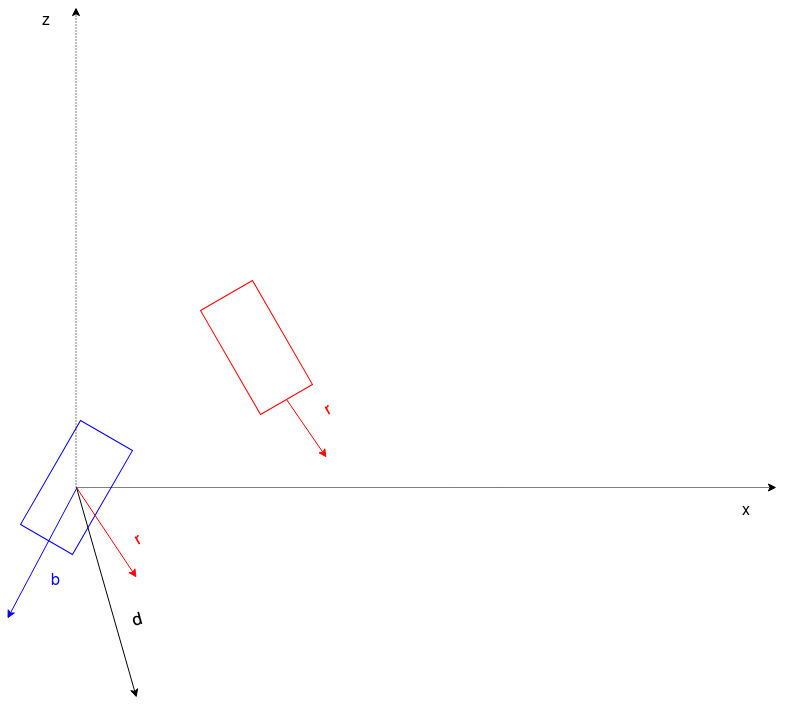
Earlier version of the draw.io export report/diagrams/chartFirstRot.png (SapienzaInteractiveGraphicsCourse/final-project-ig_minigame). Source tidied: cells renumbered, new cells last; positions are measured from the earlier drawing's top-left corner, leaving out a move shared by most shapes.
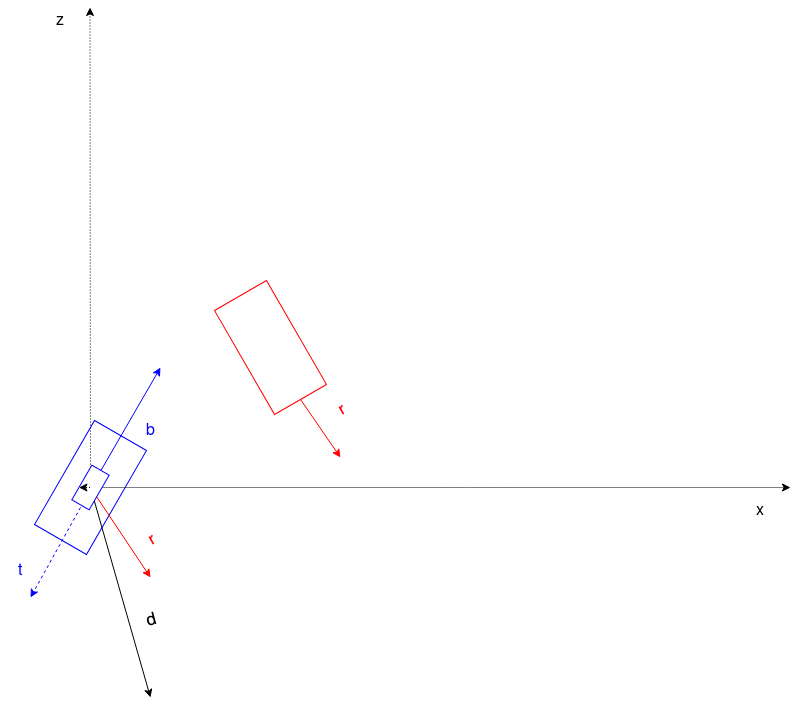
The same diagram one commit later.

Change to the diagram source:
```diff
@@ -13,9 +13,8 @@
         <mxPoint x="319" y="450" as="targetPoint" />
       </mxGeometry>
     </mxCell>
-    <mxCell id="5" style="endArrow=classic;html=1;dashed=1;dashPattern=1 2;" parent="1" edge="1">
+    <mxCell id="5" style="endArrow=classic;html=1;dashed=1;dashPattern=1 2;" parent="1" edge="1" source="16">
       <mxGeometry relative="1" as="geometry">
-        <mxPoint x="68.5" y="480" as="sourcePoint" />
         <mxPoint x="68.5" as="targetPoint" />
       </mxGeometry>
     </mxCell>
@@ -34,7 +33,7 @@
     <mxCell id="8" style="endArrow=classic;html=1;strokeColor=#0000FF;" parent="1" edge="1">
       <mxGeometry relative="1" as="geometry">
         <mxPoint x="69" y="481" as="sourcePoint" />
-        <mxPoint y="611" as="targetPoint" />
+        <mxPoint x="139" y="360" as="targetPoint" />
       </mxGeometry>
     </mxCell>
     <mxCell id="9" style="endArrow=classic;html=1;" parent="1" edge="1">
@@ -53,7 +52,7 @@
       <mxGeometry x="719" y="490" width="40" height="20" as="geometry" />
     </mxCell>
     <mxCell id="13" value="&lt;font style=&quot;font-size: 16px&quot; color=&quot;#0000FF&quot;&gt;b&lt;/font&gt;" style="text;html=1;strokeColor=none;fillColor=none;align=center;verticalAlign=middle;whiteSpace=wrap;rounded=0;" parent="1" vertex="1">
-      <mxGeometry x="28" y="560" width="40" height="20" as="geometry" />
+      <mxGeometry x="109" y="410" width="40" height="20" as="geometry" />
     </mxCell>
     <mxCell id="14" value="&lt;font style=&quot;font-size: 16px&quot; color=&quot;#FF0000&quot;&gt;r&lt;/font&gt;" style="text;html=1;strokeColor=none;fillColor=none;align=center;verticalAlign=middle;whiteSpace=wrap;rounded=0;rotation=-30;" parent="1" vertex="1">
       <mxGeometry x="109" y="520" width="40" height="20" as="geometry" />
@@ -61,5 +60,22 @@
     <mxCell id="15" value="&lt;font style=&quot;font-size: 16px&quot; color=&quot;#FF0000&quot;&gt;r&lt;/font&gt;" style="text;html=1;strokeColor=none;fillColor=none;align=center;verticalAlign=middle;whiteSpace=wrap;rounded=0;rotation=-30;" parent="1" vertex="1">
       <mxGeometry x="299" y="390" width="40" height="20" as="geometry" />
     </mxCell>
+    <mxCell id="16" style="rounded=0;whiteSpace=wrap;html=1;strokeColor=#0000FF;rotation=-60;" parent="1" vertex="1">
+      <mxGeometry x="49" y="470" width="40" height="20" as="geometry" />
+    </mxCell>
+    <mxCell id="17" style="endArrow=classic;html=1;dashed=1;dashPattern=1 2;" parent="1" edge="1" target="16">
+      <mxGeometry relative="1" as="geometry">
+        <mxPoint x="68.5" y="480" as="sourcePoint" />
+      </mxGeometry>
+    </mxCell>
+    <mxCell id="18" style="endArrow=classic;html=1;strokeColor=#0000FF;dashed=1;" parent="1" edge="1">
+      <mxGeometry relative="1" as="geometry">
+        <mxPoint x="59" y="500" as="sourcePoint" />
+        <mxPoint x="9" y="590" as="targetPoint" />
+      </mxGeometry>
+    </mxCell>
+    <mxCell id="19" value="&lt;font style=&quot;font-size: 16px&quot; color=&quot;#0000FF&quot;&gt;t&lt;/font&gt;" style="text;html=1;strokeColor=none;fillColor=none;align=center;verticalAlign=middle;whiteSpace=wrap;rounded=0;" parent="1" vertex="1">
+      <mxGeometry x="-21" y="550" width="40" height="20" as="geometry" />
+    </mxCell>
   </root>
 </mxGraphModel>
```
